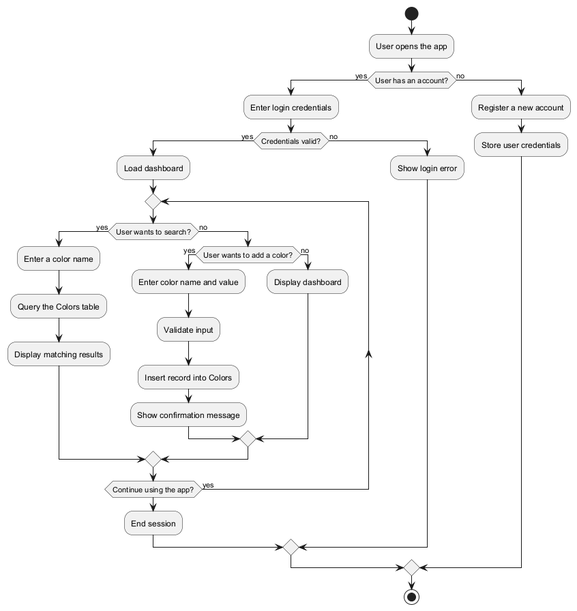
This is docs/uml/activity.png from dangdatbrandon/LAMP-Practice, a PlantUML export, as it was before one commit. Its source is kept beside it as docs/uml/activity.puml.
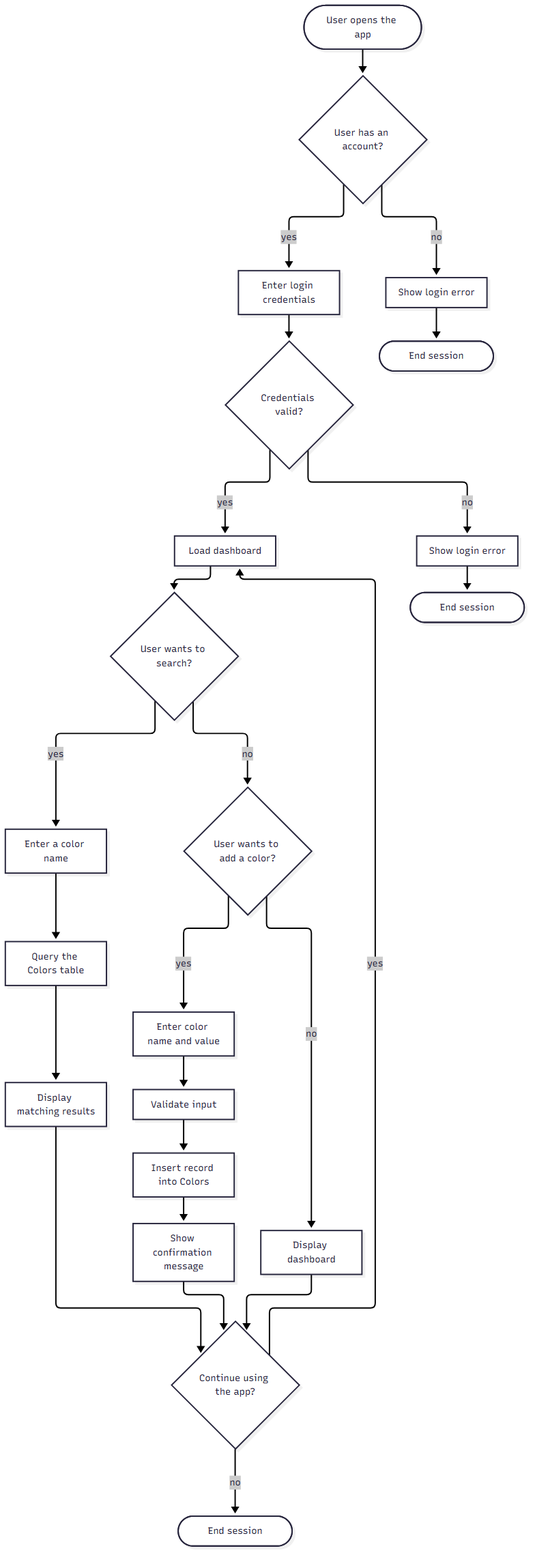
After the commit.

Change to the diagram source:
```diff
@@ -24,10 +24,11 @@
     :End session;
   else (no)
     :Show login error;
+    :End session;
   endif
 else (no)
-  :Register a new account;
-  :Store user credentials;
+  :Show login error;
+  :End session;
 endif
 stop
 @enduml
```
